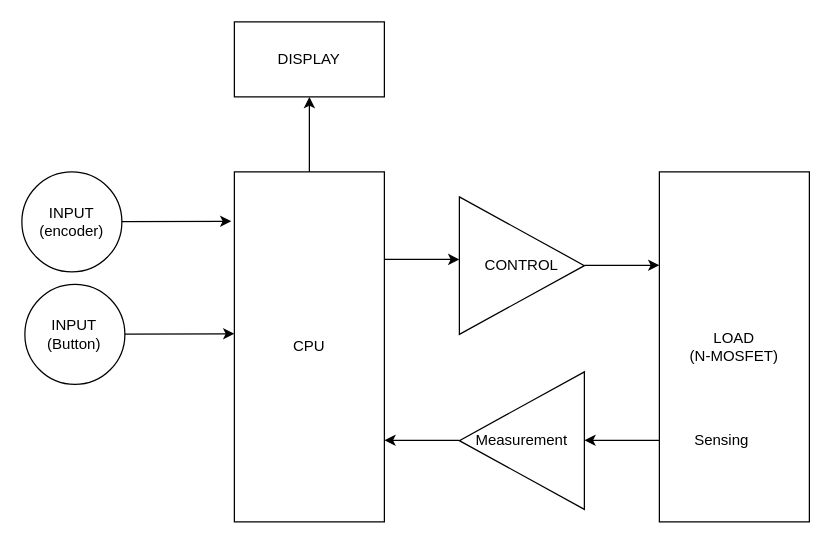
Before: EL_Diagram.drawio in anhvanthe/01_my_drawio, a draw.io diagram. Source tidied: cells renumbered, new cells numbered last; positions are measured from the earlier drawing's top-left corner, leaving out a move shared by most shapes. Both pictures are drawn from the tidied source at 125%, with x=0, y=0 at pixel (21, 21).
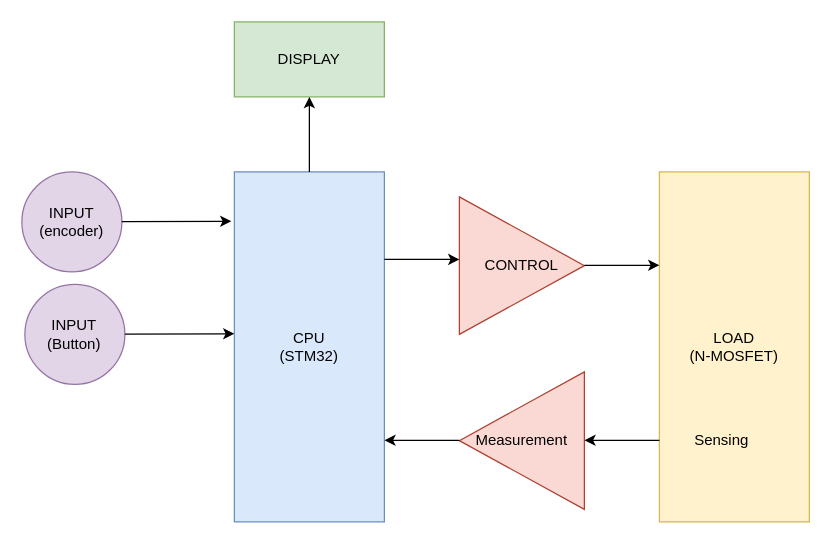
The same diagram, later.

Diff of the diagram source:
```diff
@@
-    <mxCell id="2" value="LOAD&lt;br&gt;(N-MOSFET)" style="rounded=0;whiteSpace=wrap;html=1;" parent="1" vertex="1">
+    <mxCell id="2" value="LOAD&lt;br&gt;(N-MOSFET)" style="rounded=0;whiteSpace=wrap;html=1;fillColor=#fff2cc;strokeColor=#d6b656;" parent="1" vertex="1">
       <mxGeometry x="510" y="120" width="120" height="280" as="geometry" />
     </mxCell>
-    <mxCell id="3" value="CONTROL" style="triangle;whiteSpace=wrap;html=1;" parent="1" vertex="1">
+    <mxCell id="3" value="CONTROL" style="triangle;whiteSpace=wrap;html=1;fillColor=#fad9d5;strokeColor=#ae4132;" parent="1" vertex="1">
       <mxGeometry x="350" y="140" width="100" height="110" as="geometry" />
     </mxCell>
-    <mxCell id="4" value="Measurement" style="triangle;whiteSpace=wrap;html=1;direction=west;" parent="1" vertex="1">
+    <mxCell id="4" value="Measurement" style="triangle;whiteSpace=wrap;html=1;direction=west;fillColor=#fad9d5;strokeColor=#ae4132;" parent="1" vertex="1">
       <mxGeometry x="350" y="280" width="100" height="110" as="geometry" />
     </mxCell>
-    <mxCell id="5" value="CPU" style="rounded=0;whiteSpace=wrap;html=1;" parent="1" vertex="1">
+    <mxCell id="5" value="CPU&lt;br&gt;(STM32)" style="rounded=0;whiteSpace=wrap;html=1;fillColor=#dae8fc;strokeColor=#6c8ebf;" parent="1" vertex="1">
       <mxGeometry x="170" y="120" width="120" height="280" as="geometry" />
     </mxCell>
@@
-    <mxCell id="10" value="DISPLAY" style="rounded=0;whiteSpace=wrap;html=1;" parent="1" vertex="1">
+    <mxCell id="10" value="DISPLAY" style="rounded=0;whiteSpace=wrap;html=1;fillColor=#d5e8d4;strokeColor=#82b366;" parent="1" vertex="1">
       <mxGeometry x="170" width="120" height="60" as="geometry" />
     </mxCell>
@@
-    <mxCell id="12" value="INPUT&lt;br&gt;(encoder)" style="ellipse;whiteSpace=wrap;html=1;" parent="1" vertex="1">
+    <mxCell id="12" value="INPUT&lt;br&gt;(encoder)" style="ellipse;whiteSpace=wrap;html=1;fillColor=#e1d5e7;strokeColor=#9673a6;" parent="1" vertex="1">
       <mxGeometry y="120" width="80" height="80" as="geometry" />
     </mxCell>
@@
-    <mxCell id="14" value="INPUT&lt;br&gt;(Button)" style="ellipse;whiteSpace=wrap;html=1;" parent="1" vertex="1">
+    <mxCell id="14" value="INPUT&lt;br&gt;(Button)" style="ellipse;whiteSpace=wrap;html=1;fillColor=#e1d5e7;strokeColor=#9673a6;" parent="1" vertex="1">
       <mxGeometry x="2.4" y="210" width="80" height="80" as="geometry" />
     </mxCell>
```
